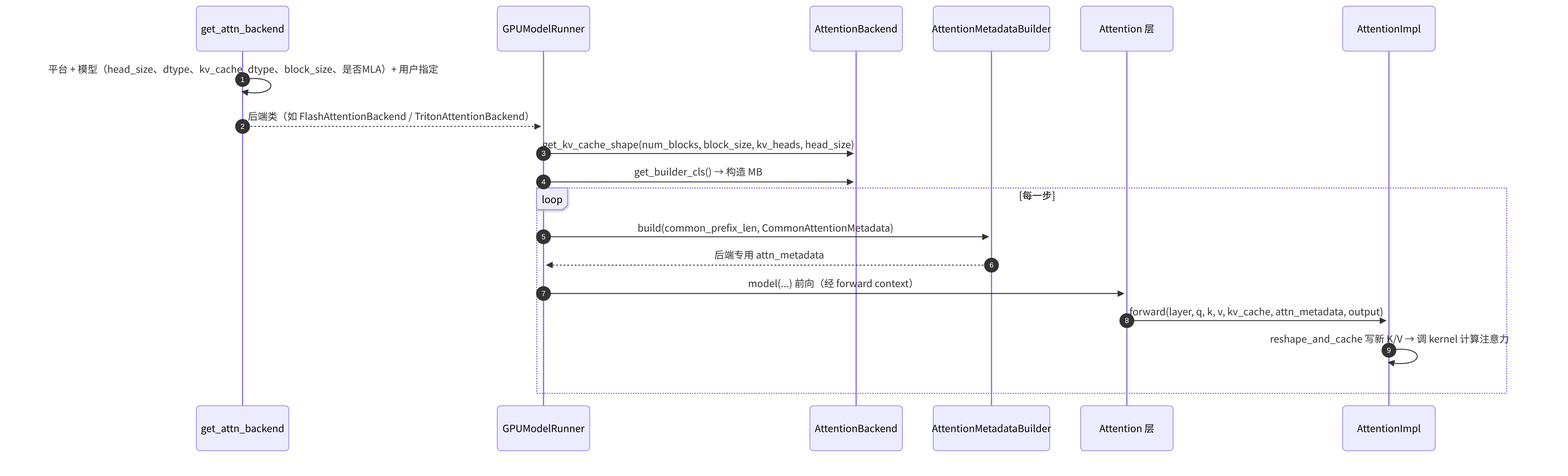
The Mermaid diagram course/revised/images/C1/C1-fig2.png in Wedsonlin/vllm_code, before a commit. Its source is kept beside it as course/revised/diagrams-src/C1/C1-fig2.mmd. Its diagram source:
```mermaid
sequenceDiagram
  autonumber
  participant SEL as get_attn_backend
  participant MR as GPUModelRunner
  participant B as AttentionBackend
  participant MB as AttentionMetadataBuilder
  participant L as Attention 层
  participant I as AttentionImpl
  SEL->>SEL: 平台 + 模型（head_size、dtype、kv_cache_dtype、block_size、是否MLA）+ 用户指定
  SEL-->>MR: 后端类（如 FlashAttentionBackend / TritonAttentionBackend）
  MR->>B: get_kv_cache_shape(num_blocks, block_size, kv_heads, head_size)
  MR->>B: get_builder_cls() → 构造 MB
  loop 每一步
    MR->>MB: build(common_prefix_len, CommonAttentionMetadata)
    MB-->>MR: 后端专用 attn_metadata
    MR->>L: model(...) 前向（经 forward context）
    L->>I: forward(layer, q, k, v, kv_cache, attn_metadata, output)
    I->>I: reshape_and_cache 写新 K/V → 调 kernel 计算注意力
  end
```
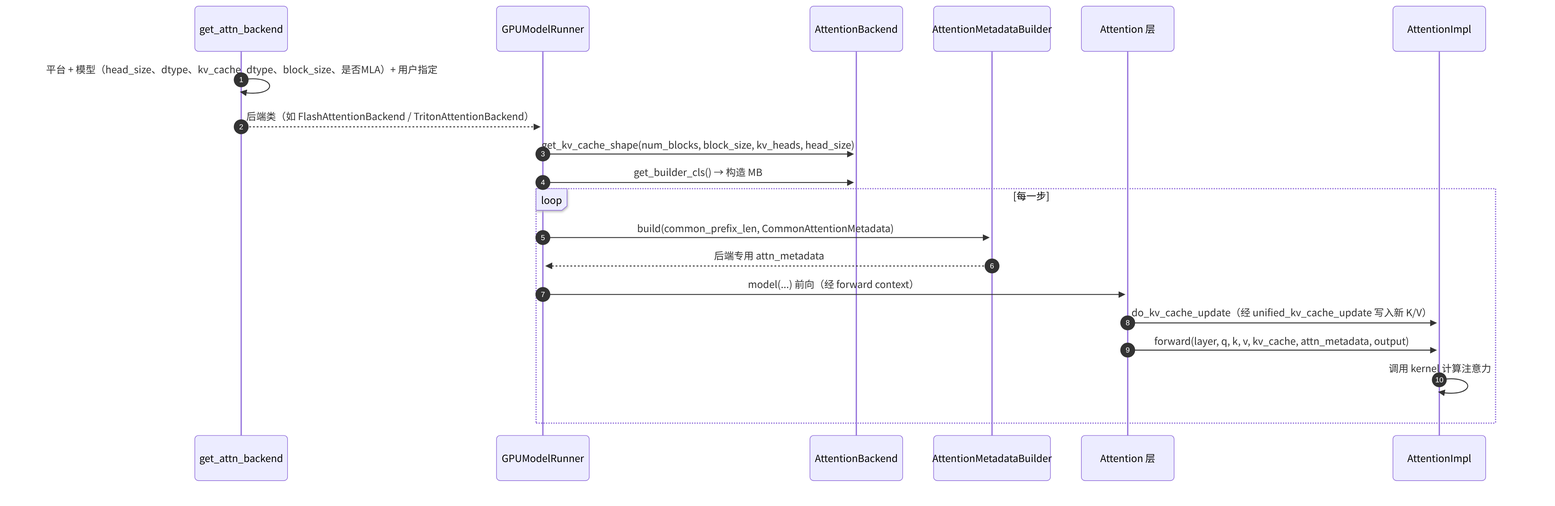
The same diagram one commit later.

Diff of the diagram source:
```diff
@@ -14,6 +14,7 @@
     MR->>MB: build(common_prefix_len, CommonAttentionMetadata)
     MB-->>MR: 后端专用 attn_metadata
     MR->>L: model(...) 前向（经 forward context）
+    L->>I: do_kv_cache_update（经 unified_kv_cache_update 写入新 K/V）
     L->>I: forward(layer, q, k, v, kv_cache, attn_metadata, output)
-    I->>I: reshape_and_cache 写新 K/V → 调 kernel 计算注意力
+    I->>I: 调用 kernel 计算注意力
   end
```
